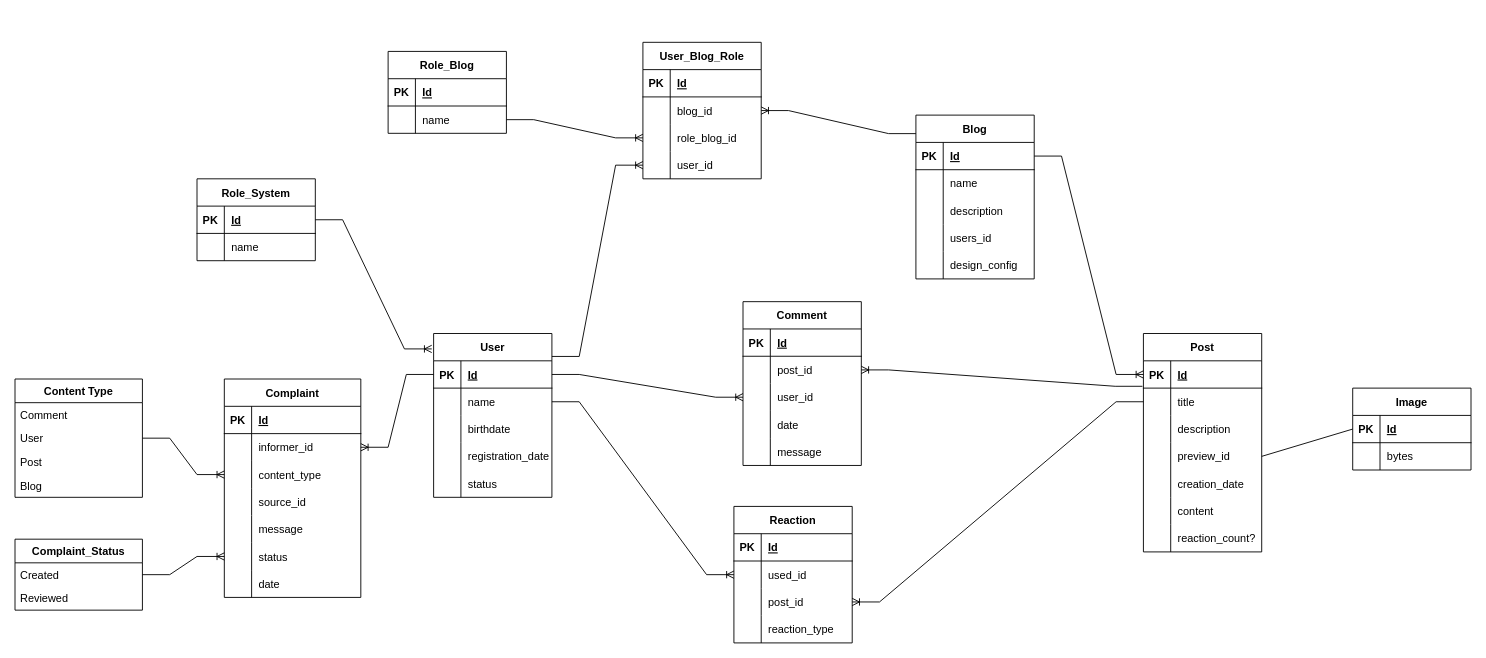
javavlsu/course-work-team-69-airapetyan-igoshin keeps this draw.io diagram as docs/ER_class_diagram.drawio. Above is the earlier version. Source tidied: cells renumbered, new cells numbered last; positions are measured from the earlier drawing's top-left corner, leaving out a move shared by most shapes. Both pictures are drawn from the tidied source at 91%, with x=0, y=0 at pixel (15, 42).
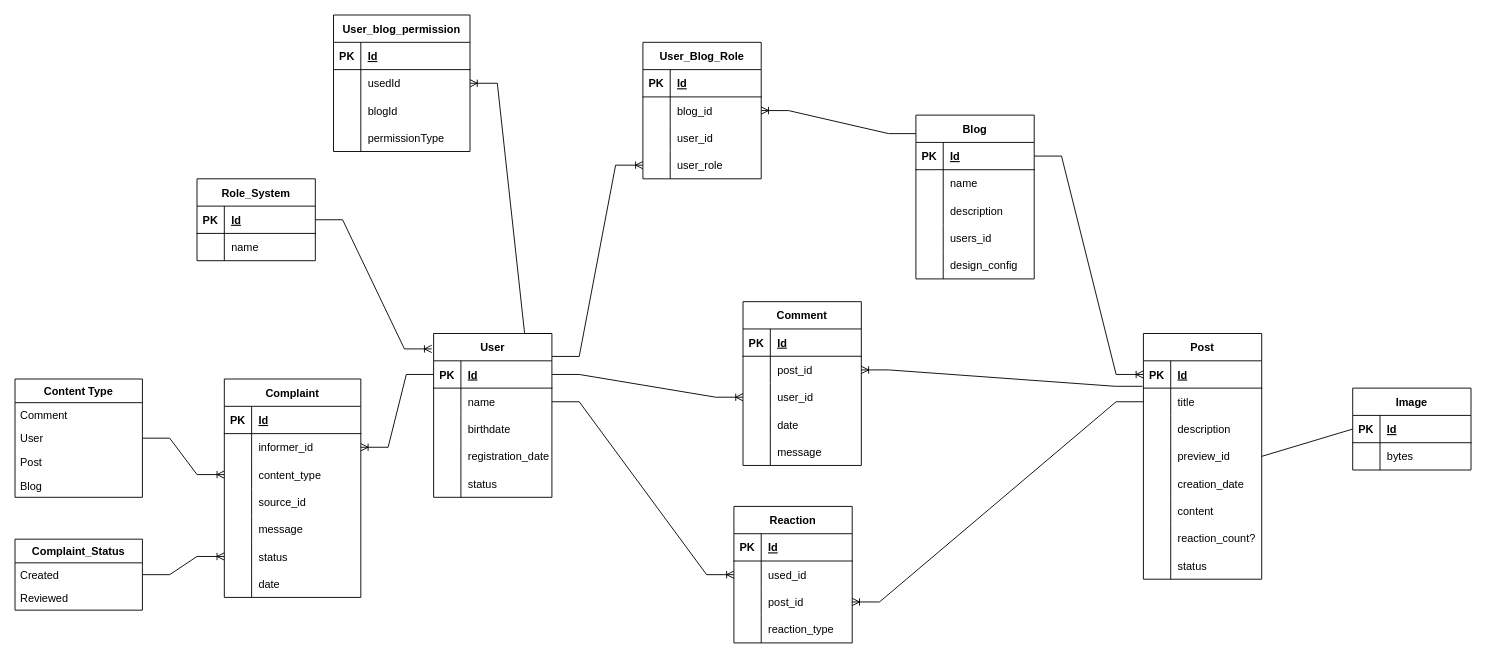
The same page after the edit.

Commit message (it also covers changes not shown here):
Add swagger support

The change refers to these unchanged cells:
```xml
<mxCell id="2" value="User" style="shape=table;startSize=30;childLayout=tableLayout;rowLines=0;fontStyle=1;align=center;" parent="1" vertex="1">
  <mxGeometry x="460" y="320" width="130" height="180" as="geometry" />
</mxCell>
<mxCell id="79" style="shape=tableRow;horizontal=0;startSize=0;swimlaneHead=0;swimlaneBody=0;fillColor=none;points=[[0,0.5],[1,0.5]];portConstraint=eastwest;top=0;left=0;right=0;bottom=0;" parent="72" vertex="1">
  <mxGeometry y="90" width="130" height="30" as="geometry" />
</mxCell>
<mxCell id="82" style="shape=tableRow;horizontal=0;startSize=0;swimlaneHead=0;swimlaneBody=0;fillColor=none;points=[[0,0.5],[1,0.5]];portConstraint=eastwest;top=0;left=0;right=0;bottom=0;" parent="72" vertex="1">
  <mxGeometry y="120" width="130" height="30" as="geometry" />
</mxCell>
```

What changed in the source:
```diff
@@
     <mxCell id="34" value="Post" style="shape=table;startSize=30;childLayout=tableLayout;rowLines=0;fontStyle=1;align=center;" parent="1" vertex="1">
-      <mxGeometry x="1240" y="320" width="130" height="240" as="geometry" />
+      <mxGeometry x="1240" y="320" width="130" height="270" as="geometry" />
     </mxCell>
@@
+    <mxCell id="162" style="shape=tableRow;horizontal=0;startSize=0;swimlaneHead=0;swimlaneBody=0;fillColor=none;top=0;left=0;right=0;bottom=0;" parent="34" vertex="1">
+      <mxGeometry y="240" width="130" height="30" as="geometry" />
+    </mxCell>
+    <mxCell id="163" style="shape=partialRectangle;fillColor=none;top=0;left=0;bottom=0;right=0;overflow=hidden;" parent="162" vertex="1">
+      <mxGeometry width="30" height="30" as="geometry" />
+    </mxCell>
+    <mxCell id="164" value="status" style="shape=partialRectangle;fillColor=none;top=0;left=0;bottom=0;right=0;align=left;spacingLeft=6;overflow=hidden;" parent="162" vertex="1">
+      <mxGeometry x="30" width="100" height="30" as="geometry" />
+    </mxCell>
@@
-    <mxCell id="64" value="Role_Blog" style="shape=table;startSize=30;childLayout=tableLayout;rowLines=0;fontStyle=1;align=center;" parent="1" vertex="1">
-      <mxGeometry x="410" y="10" width="130" height="90" as="geometry" />
+    <mxCell id="64" value="User_blog_permission" style="shape=table;startSize=30;childLayout=tableLayout;rowLines=0;fontStyle=1;align=center;" parent="1" vertex="1">
+      <mxGeometry x="350" y="-30" width="150" height="150" as="geometry" />
     </mxCell>
     <mxCell id="65" style="shape=tableRow;horizontal=0;startSize=0;swimlaneHead=0;swimlaneBody=0;fillColor=none;top=0;left=0;right=0;bottom=1;" parent="64" vertex="1">
-      <mxGeometry y="30" width="130" height="30" as="geometry" />
+      <mxGeometry y="30" width="150" height="30" as="geometry" />
     </mxCell>
@@
     <mxCell id="67" value="Id" style="shape=partialRectangle;fillColor=none;top=0;left=0;bottom=0;right=0;align=left;spacingLeft=6;fontStyle=5;overflow=hidden;" parent="65" vertex="1">
-      <mxGeometry x="30" width="100" height="30" as="geometry" />
+      <mxGeometry x="30" width="120" height="30" as="geometry" />
     </mxCell>
     <mxCell id="68" style="shape=tableRow;horizontal=0;startSize=0;swimlaneHead=0;swimlaneBody=0;fillColor=none;points=[[0,0.5],[1,0.5]];portConstraint=eastwest;top=0;left=0;right=0;bottom=0;" parent="64" vertex="1">
-      <mxGeometry y="60" width="130" height="30" as="geometry" />
+      <mxGeometry y="60" width="150" height="30" as="geometry" />
     </mxCell>
@@
-    <mxCell id="70" value="name" style="shape=partialRectangle;fillColor=none;top=0;left=0;bottom=0;right=0;align=left;spacingLeft=6;overflow=hidden;" parent="68" vertex="1">
-      <mxGeometry x="30" width="100" height="30" as="geometry" />
+    <mxCell id="70" value="usedId" style="shape=partialRectangle;fillColor=none;top=0;left=0;bottom=0;right=0;align=left;spacingLeft=6;overflow=hidden;" parent="68" vertex="1">
+      <mxGeometry x="30" width="120" height="30" as="geometry" />
     </mxCell>
+    <mxCell id="165" style="shape=tableRow;horizontal=0;startSize=0;swimlaneHead=0;swimlaneBody=0;fillColor=none;top=0;left=0;right=0;bottom=0;" parent="64" vertex="1">
+      <mxGeometry y="90" width="150" height="30" as="geometry" />
+    </mxCell>
+    <mxCell id="166" style="shape=partialRectangle;fillColor=none;top=0;left=0;bottom=0;right=0;overflow=hidden;" parent="165" vertex="1">
+      <mxGeometry width="30" height="30" as="geometry" />
+    </mxCell>
+    <mxCell id="167" value="blogId" style="shape=partialRectangle;fillColor=none;top=0;left=0;bottom=0;right=0;align=left;spacingLeft=6;overflow=hidden;" parent="165" vertex="1">
+      <mxGeometry x="30" width="120" height="30" as="geometry" />
+    </mxCell>
+    <mxCell id="168" style="shape=tableRow;horizontal=0;startSize=0;swimlaneHead=0;swimlaneBody=0;fillColor=none;top=0;left=0;right=0;bottom=0;" parent="64" vertex="1">
+      <mxGeometry y="120" width="150" height="30" as="geometry" />
+    </mxCell>
+    <mxCell id="169" style="shape=partialRectangle;fillColor=none;top=0;left=0;bottom=0;right=0;overflow=hidden;" parent="168" vertex="1">
+      <mxGeometry width="30" height="30" as="geometry" />
+    </mxCell>
+    <mxCell id="170" value="permissionType" style="shape=partialRectangle;fillColor=none;top=0;left=0;bottom=0;right=0;align=left;spacingLeft=6;overflow=hidden;" parent="168" vertex="1">
+      <mxGeometry x="30" width="120" height="30" as="geometry" />
+    </mxCell>
@@
-    <mxCell id="81" value="role_blog_id" style="shape=partialRectangle;fillColor=none;top=0;left=0;bottom=0;right=0;align=left;spacingLeft=6;overflow=hidden;" parent="79" vertex="1">
+    <mxCell id="81" value="user_id" style="shape=partialRectangle;fillColor=none;top=0;left=0;bottom=0;right=0;align=left;spacingLeft=6;overflow=hidden;" parent="79" vertex="1">
       <mxGeometry x="30" width="100" height="30" as="geometry" />
     </mxCell>
@@
-    <mxCell id="84" value="user_id" style="shape=partialRectangle;fillColor=none;top=0;left=0;bottom=0;right=0;align=left;spacingLeft=6;overflow=hidden;" parent="82" vertex="1">
+    <mxCell id="84" value="user_role" style="shape=partialRectangle;fillColor=none;top=0;left=0;bottom=0;right=0;align=left;spacingLeft=6;overflow=hidden;" parent="82" vertex="1">
       <mxGeometry x="30" width="100" height="30" as="geometry" />
     </mxCell>
@@
-    <mxCell id="87" style="edgeStyle=entityRelationEdgeStyle;fontSize=12;html=1;endArrow=ERoneToMany;rounded=0;exitX=1;exitY=0.5;exitDx=0;exitDy=0;entryX=0;entryY=0.5;entryDx=0;entryDy=0;" parent="1" edge="1" source="68" target="79">
+    <mxCell id="87" style="edgeStyle=entityRelationEdgeStyle;fontSize=12;html=1;endArrow=ERoneToMany;rounded=0;exitX=1;exitY=0;exitDx=0;exitDy=0;entryX=1;entryY=0.5;entryDx=0;entryDy=0;" parent="1" edge="1" source="2" target="68">
       <mxGeometry relative="1" as="geometry" />
     </mxCell>
```
